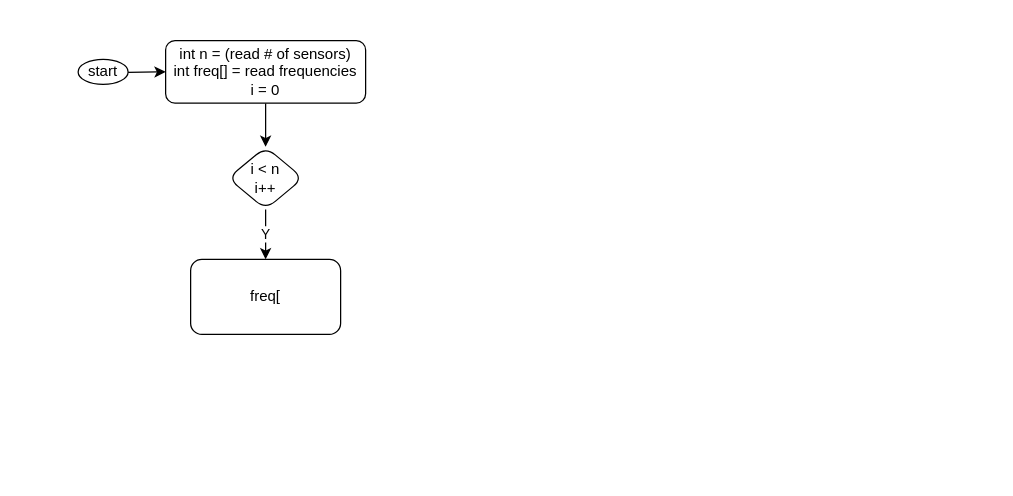
Earlier version of the draw.io diagram c++/cccPractice/problems/senior/2012/design/s3.dio (andrew-canada/gomoku). Source tidied: cells renumbered, new cells numbered last; positions are measured from the earlier drawing's top-left corner, leaving out a move shared by most shapes. Both pictures are drawn from the tidied source at 125%, with x=0, y=0 at pixel (78, 40).
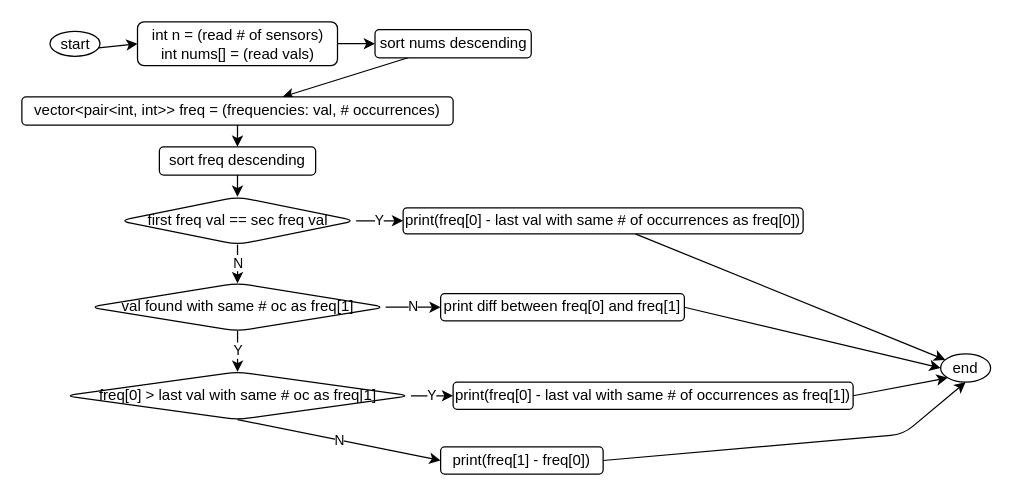
Above is the later version.

The edit, as a diff of the source:
```diff
@@
     <mxCell id="3" value="start" style="ellipse;whiteSpace=wrap;html=1;" parent="1" vertex="1">
-      <mxGeometry y="15" width="40" height="20" as="geometry" />
+      <mxGeometry x="-22.5" y="-7.5" width="40" height="20" as="geometry" />
     </mxCell>
+    <mxCell id="9" style="edgeStyle=none;html=1;" parent="1" edge="1" source="5" target="4">
+      <mxGeometry relative="1" as="geometry" />
+    </mxCell>
+    <mxCell id="5" value="int n = (read # of sensors)&lt;br&gt;int nums[] = (read vals)" style="rounded=1;whiteSpace=wrap;html=1;" parent="1" vertex="1">
+      <mxGeometry x="47.5" y="-15" width="160" height="35" as="geometry" />
+    </mxCell>
+    <mxCell id="10" style="edgeStyle=none;html=1;" parent="1" edge="1" source="4" target="12">
+      <mxGeometry relative="1" as="geometry" />
+    </mxCell>
-    <mxCell id="4" style="edgeStyle=none;html=1;" parent="1" edge="1" source="5" target="7">
-      <mxGeometry relative="1" as="geometry" />
+    <mxCell id="4" value="sort nums descending" style="rounded=1;whiteSpace=wrap;html=1;" parent="1" vertex="1">
+      <mxGeometry x="237.5" y="-8.8" width="125" height="22.5" as="geometry" />
     </mxCell>
-    <mxCell id="5" value="int n = (read # of sensors)&lt;br&gt;int freq[] = read frequencies&lt;br&gt;i = 0" style="rounded=1;whiteSpace=wrap;html=1;" parent="1" vertex="1">
-      <mxGeometry x="70" width="160" height="50" as="geometry" />
-    </mxCell>
-    <mxCell id="6" value="Y" style="edgeStyle=none;html=1;" parent="1" edge="1" source="7" target="8">
-      <mxGeometry relative="1" as="geometry" />
-    </mxCell>
-    <mxCell id="7" value="i &amp;lt; n&lt;br&gt;i++" style="rhombus;whiteSpace=wrap;html=1;rounded=1;" parent="1" vertex="1">
-      <mxGeometry x="120" y="85" width="60" height="50" as="geometry" />
-    </mxCell>
-    <mxCell id="8" value="freq[" style="rounded=1;whiteSpace=wrap;html=1;" parent="1" vertex="1">
-      <mxGeometry x="90" y="175" width="120" height="60" as="geometry" />
-    </mxCell>
+    <mxCell id="11" style="edgeStyle=none;html=1;" parent="1" edge="1" source="12" target="14">
+      <mxGeometry relative="1" as="geometry" />
+    </mxCell>
+    <mxCell id="12" value="vector&amp;lt;pair&amp;lt;int, int&amp;gt;&amp;gt; freq = (frequencies: val, # occurrences)" style="rounded=1;whiteSpace=wrap;html=1;" parent="1" vertex="1">
+      <mxGeometry x="-45" y="45" width="345" height="22.5" as="geometry" />
+    </mxCell>
+    <mxCell id="13" style="edgeStyle=none;html=1;" parent="1" edge="1" source="14" target="17">
+      <mxGeometry relative="1" as="geometry" />
+    </mxCell>
+    <mxCell id="14" value="sort freq descending" style="rounded=1;whiteSpace=wrap;html=1;" parent="1" vertex="1">
+      <mxGeometry x="65" y="85" width="125" height="22.5" as="geometry" />
+    </mxCell>
+    <mxCell id="15" value="Y" style="edgeStyle=none;html=1;" parent="1" edge="1" source="17" target="22">
+      <mxGeometry relative="1" as="geometry" />
+    </mxCell>
+    <mxCell id="16" value="N" style="edgeStyle=none;html=1;" parent="1" edge="1" source="17" target="20">
+      <mxGeometry relative="1" as="geometry" />
+    </mxCell>
+    <mxCell id="17" value="first freq val == sec freq val" style="rhombus;whiteSpace=wrap;html=1;rounded=1;" parent="1" vertex="1">
+      <mxGeometry x="32.5" y="125" width="190" height="38.2" as="geometry" />
+    </mxCell>
+    <mxCell id="18" value="Y" style="edgeStyle=none;html=1;" parent="1" edge="1" source="20" target="26">
+      <mxGeometry relative="1" as="geometry" />
+    </mxCell>
+    <mxCell id="19" value="N" style="edgeStyle=none;html=1;" parent="1" edge="1" source="20" target="28">
+      <mxGeometry relative="1" as="geometry" />
+    </mxCell>
+    <mxCell id="20" value="val found with same # oc as freq[1]" style="rhombus;whiteSpace=wrap;html=1;rounded=1;" parent="1" vertex="1">
+      <mxGeometry x="8.8" y="194.1" width="237.5" height="38.2" as="geometry" />
+    </mxCell>
+    <mxCell id="21" style="edgeStyle=none;html=1;" parent="1" edge="1" source="22" target="23">
+      <mxGeometry relative="1" as="geometry" />
+    </mxCell>
+    <mxCell id="22" value="print(freq[0] - last val with same # of occurrences as freq[0])" style="whiteSpace=wrap;html=1;rounded=1;" parent="1" vertex="1">
+      <mxGeometry x="260" y="133.7" width="320" height="20.9" as="geometry" />
+    </mxCell>
+    <mxCell id="23" value="end" style="ellipse;whiteSpace=wrap;html=1;rounded=1;" parent="1" vertex="1">
+      <mxGeometry x="690" y="250.6" width="40" height="22.6" as="geometry" />
+    </mxCell>
+    <mxCell id="24" value="Y" style="edgeStyle=none;html=1;" parent="1" edge="1" source="26" target="30">
+      <mxGeometry relative="1" as="geometry" />
+    </mxCell>
+    <mxCell id="25" value="N" style="edgeStyle=none;html=1;exitX=0.5;exitY=1;exitDx=0;exitDy=0;entryX=0;entryY=0.5;entryDx=0;entryDy=0;" parent="1" edge="1" source="26" target="32">
+      <mxGeometry relative="1" as="geometry" />
+    </mxCell>
+    <mxCell id="26" value="freq[0] &amp;gt; last val with same # oc as freq[1]" style="rhombus;whiteSpace=wrap;html=1;rounded=1;" parent="1" vertex="1">
+      <mxGeometry x="-11.2" y="265" width="277.5" height="38.2" as="geometry" />
+    </mxCell>
+    <mxCell id="27" style="edgeStyle=none;html=1;exitX=1;exitY=0.5;exitDx=0;exitDy=0;entryX=0;entryY=0.5;entryDx=0;entryDy=0;" parent="1" edge="1" source="28" target="23">
+      <mxGeometry relative="1" as="geometry" />
+    </mxCell>
+    <mxCell id="28" value="print diff between freq[0] and freq[1]" style="whiteSpace=wrap;html=1;rounded=1;" parent="1" vertex="1">
+      <mxGeometry x="290" y="202.4" width="195" height="21.8" as="geometry" />
+    </mxCell>
+    <mxCell id="29" style="edgeStyle=none;html=1;exitX=1;exitY=0.5;exitDx=0;exitDy=0;entryX=0;entryY=1;entryDx=0;entryDy=0;" parent="1" edge="1" source="30" target="23">
+      <mxGeometry relative="1" as="geometry" />
+    </mxCell>
+    <mxCell id="30" value="print(freq[0] - last val with same # of occurrences as freq[1])" style="whiteSpace=wrap;html=1;rounded=1;" parent="1" vertex="1">
+      <mxGeometry x="300" y="273.2" width="320" height="21.8" as="geometry" />
+    </mxCell>
+    <mxCell id="31" style="edgeStyle=none;html=1;exitX=1;exitY=0.5;exitDx=0;exitDy=0;entryX=0.5;entryY=1;entryDx=0;entryDy=0;" parent="1" edge="1" source="32" target="23">
+      <mxGeometry relative="1" as="geometry">
+        <Array as="points">
+          <mxPoint x="660" y="315" />
+        </Array>
+      </mxGeometry>
+    </mxCell>
+    <mxCell id="32" value="print(freq[1] - freq[0])" style="whiteSpace=wrap;html=1;rounded=1;" parent="1" vertex="1">
+      <mxGeometry x="290" y="325" width="130" height="21.8" as="geometry" />
+    </mxCell>
```
